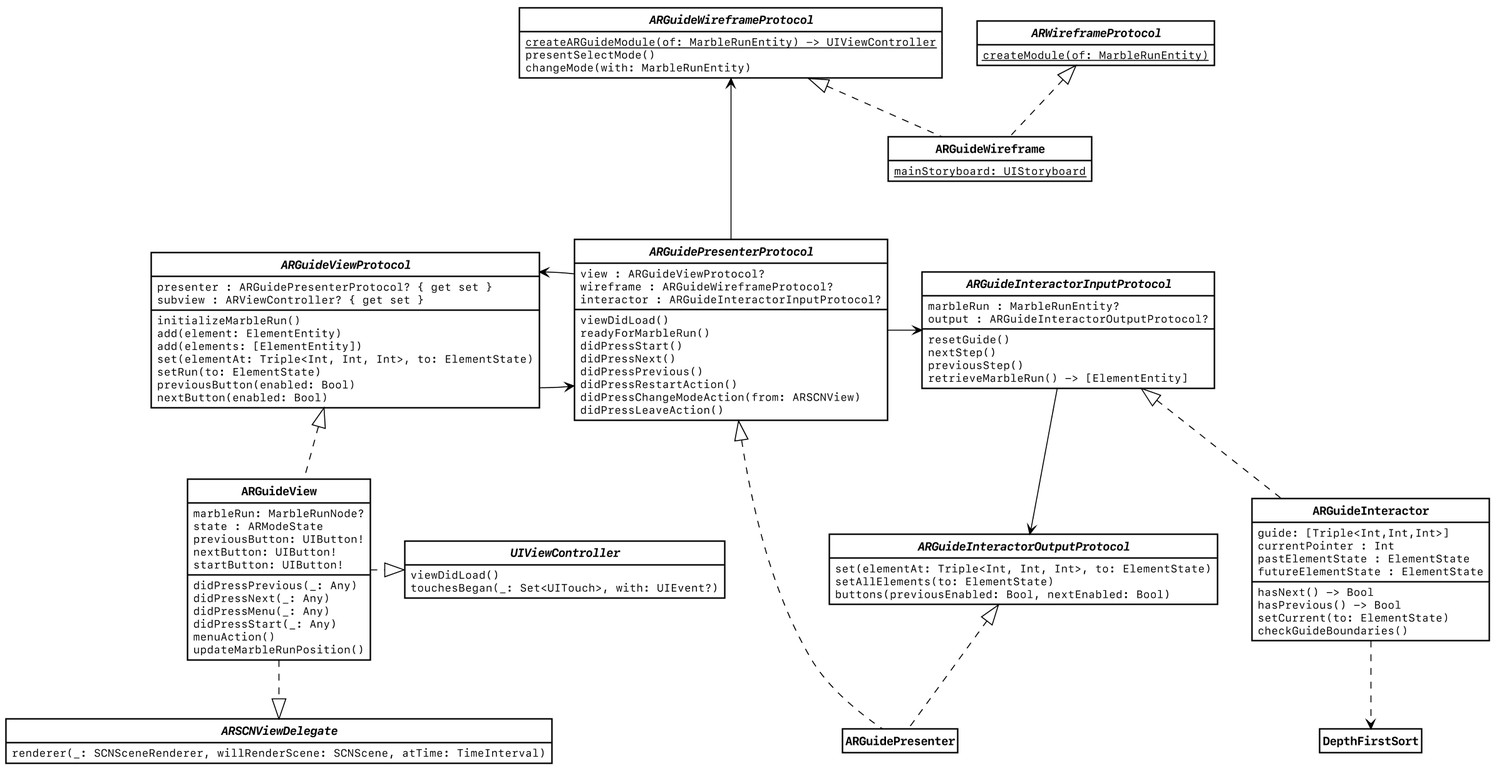
The PlantUML diagram doc/images/classes-arguide.png in eduDorus/PAWI, before a commit.
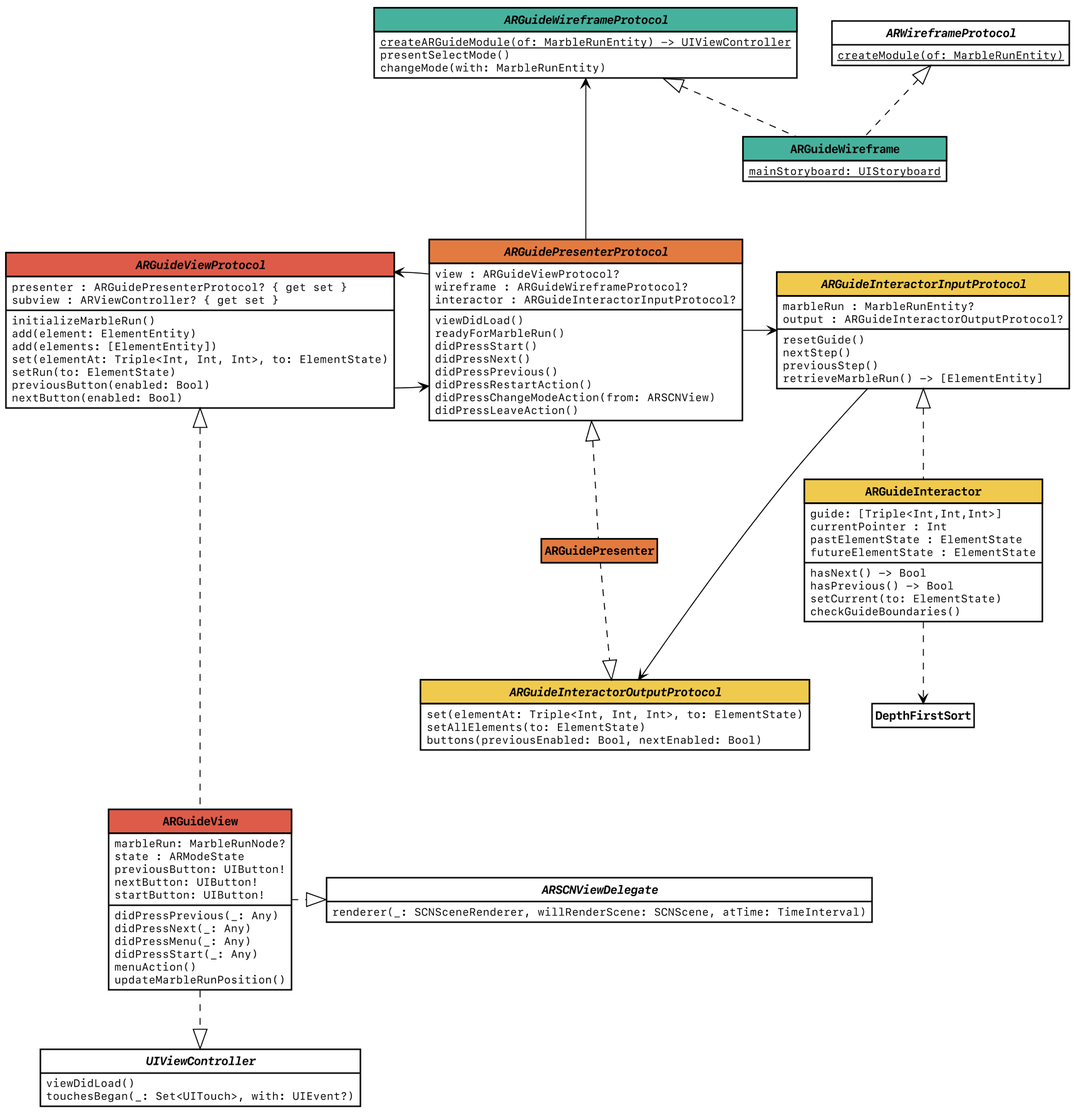
The same file after the commit.

The edit, as a diff of the source:
```diff
@@ -13,6 +13,10 @@
 	StereotypeFontSize 10
 	ArrowFontSize 10
 	AttributeIconSize 0
+	HeaderBackgroundColor<<Wireframe>> #46B29D
+	HeaderBackgroundColor<<View>>  #DE5B49
+	HeaderBackgroundColor<<Interactor>> #F0CA4D
+	HeaderBackgroundColor<<Presenter>> #E37B40
 }
 
 skinparam Component {
@@ -23,15 +27,16 @@
 hide empty fields
 hide empty methods
 hide circle
+hide stereotype
 
 
-interface ARGuideWireframeProtocol {
+interface ARGuideWireframeProtocol <<Wireframe>> {
     {static} createARGuideModule(of: MarbleRunEntity) -> UIViewController
     presentSelectMode()
     changeMode(with: MarbleRunEntity)
 }
 
-interface ARGuideViewProtocol {
+interface ARGuideViewProtocol <<View>> {
     presenter : ARGuidePresenterProtocol? { get set }
     subview : ARViewController? { get set }
 
@@ -44,7 +49,7 @@
     nextButton(enabled: Bool)
 }
 
-interface ARGuidePresenterProtocol {
+interface ARGuidePresenterProtocol <<Presenter>> {
     view : ARGuideViewProtocol?
     wireframe : ARGuideWireframeProtocol?
     interactor : ARGuideInteractorInputProtocol?
@@ -59,7 +64,7 @@
     didPressLeaveAction()
 }
 
-interface ARGuideInteractorInputProtocol {
+interface ARGuideInteractorInputProtocol <<Interactor>> {
     marbleRun : MarbleRunEntity?
     output : ARGuideInteractorOutputProtocol?
     resetGuide()
@@ -68,7 +73,7 @@
     retrieveMarbleRun() -> [ElementEntity]
 }
 
-interface ARGuideInteractorOutputProtocol {
+interface ARGuideInteractorOutputProtocol <<Interactor>> {
     set(elementAt: Triple<Int, Int, Int>, to: ElementState)
     setAllElements(to: ElementState)
     buttons(previousEnabled: Bool, nextEnabled: Bool)
@@ -88,11 +93,11 @@
 }
 
 
-class ARGuideWireframe {
+class ARGuideWireframe <<Wireframe>> {
     {static} mainStoryboard: UIStoryboard
 }
 
-class ARGuideView {
+class ARGuideView <<View>> {
     marbleRun: MarbleRunNode?
     state : ARModeState
     previousButton: UIButton!
@@ -106,9 +111,9 @@
     updateMarbleRunPosition()
 }
 
-class ARGuidePresenter
+class ARGuidePresenter <<Presenter>>
 
-class ARGuideInteractor {
+class ARGuideInteractor <<Interactor>> {
     guide: [Triple<Int,Int,Int>]
     currentPointer : Int
     pastElementState : ElementState
@@ -131,11 +136,11 @@
 
 ARGuideWireframe .u.|> ARGuideWireframeProtocol
 ARGuideWireframe .u.|> ARWireframeProtocol
-ARGuideView .u.|> ARGuideViewProtocol
+ARGuideView .u...|> ARGuideViewProtocol
 ARGuidePresenter .u.|> ARGuidePresenterProtocol
-ARGuidePresenter .u.|> ARGuideInteractorOutputProtocol
+ARGuidePresenter .d.|> ARGuideInteractorOutputProtocol
 ARGuideInteractor .u.|> ARGuideInteractorInputProtocol
-ARGuideView .|> UIViewController
-ARGuideView ..|> ARSCNViewDelegate
+ARGuideView ..|> UIViewController
+ARGuideView .|> ARSCNViewDelegate
 
 @enduml
```
